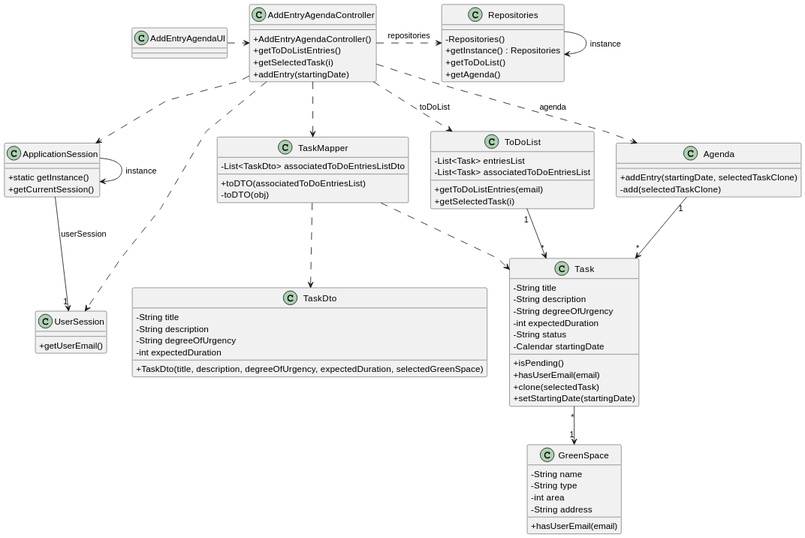
This is docs/sprintC/us022/03.design/svg/us022-class-diagram.svg from Departamento-de-Engenharia-Informatica/lei-24-s2-1dm-g132, a PlantUML export, as it was before one commit.
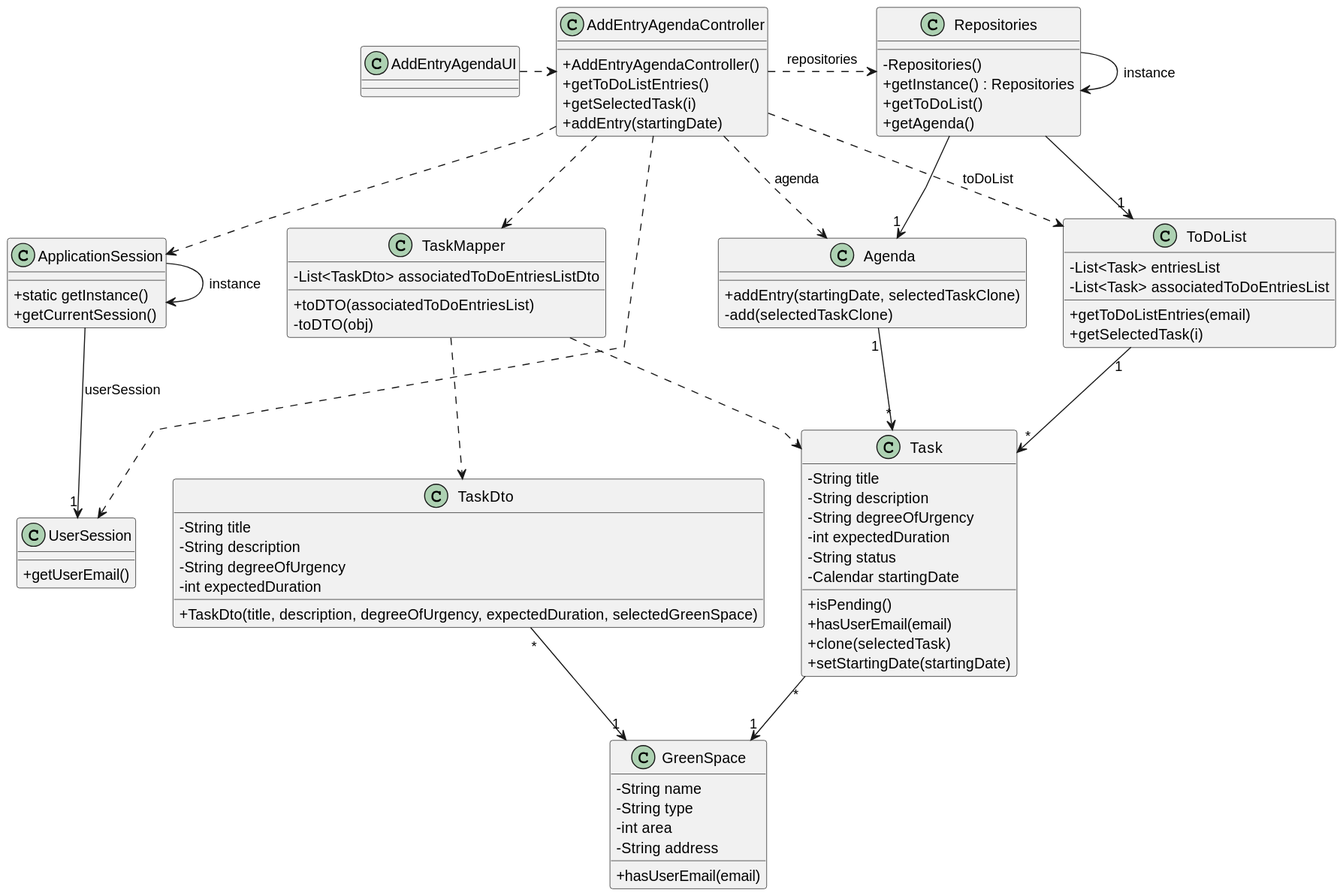
After the commit.

Commit message:
US23 class diagram first version

The edit, as a diff of the source:
```diff
@@ -97,6 +97,10 @@
 AddEntryAgendaUI .> AddEntryAgendaController
 
 AddEntryAgendaController .> Repositories : repositories
+
+Repositories -> "1" Agenda
+Repositories -> "1" ToDoList
+
 AddEntryAgendaController ..> ApplicationSession
 AddEntryAgendaController ..> UserSession
 AddEntryAgendaController ..> ToDoList : toDoList
@@ -105,7 +109,9 @@
 
 ToDoList "1" --> "*" Task
 Agenda "1" --> "*" Task
-"Task" "*" --> "1" GreenSpace
+
+Task "*" --> "1" GreenSpace
+TaskDto "*" --> "1" GreenSpace
 
 TaskMapper ..> TaskDto
 TaskMapper ..> Task
```
